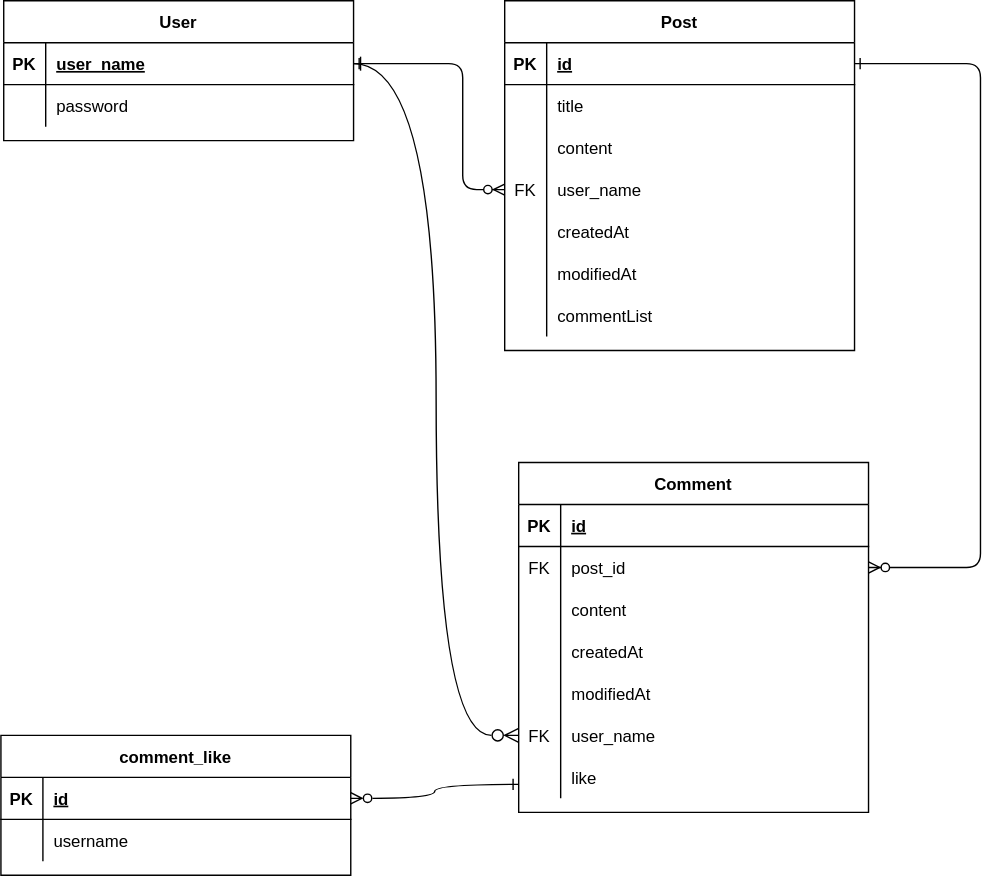
Earlier version of the draw.io export ERD.drawio.svg (KIMJIHYEON1994/hh99-spring_post_lv5). Source tidied: cells renumbered, new cells last; positions are measured from the earlier drawing's top-left corner, leaving out a move shared by most shapes.
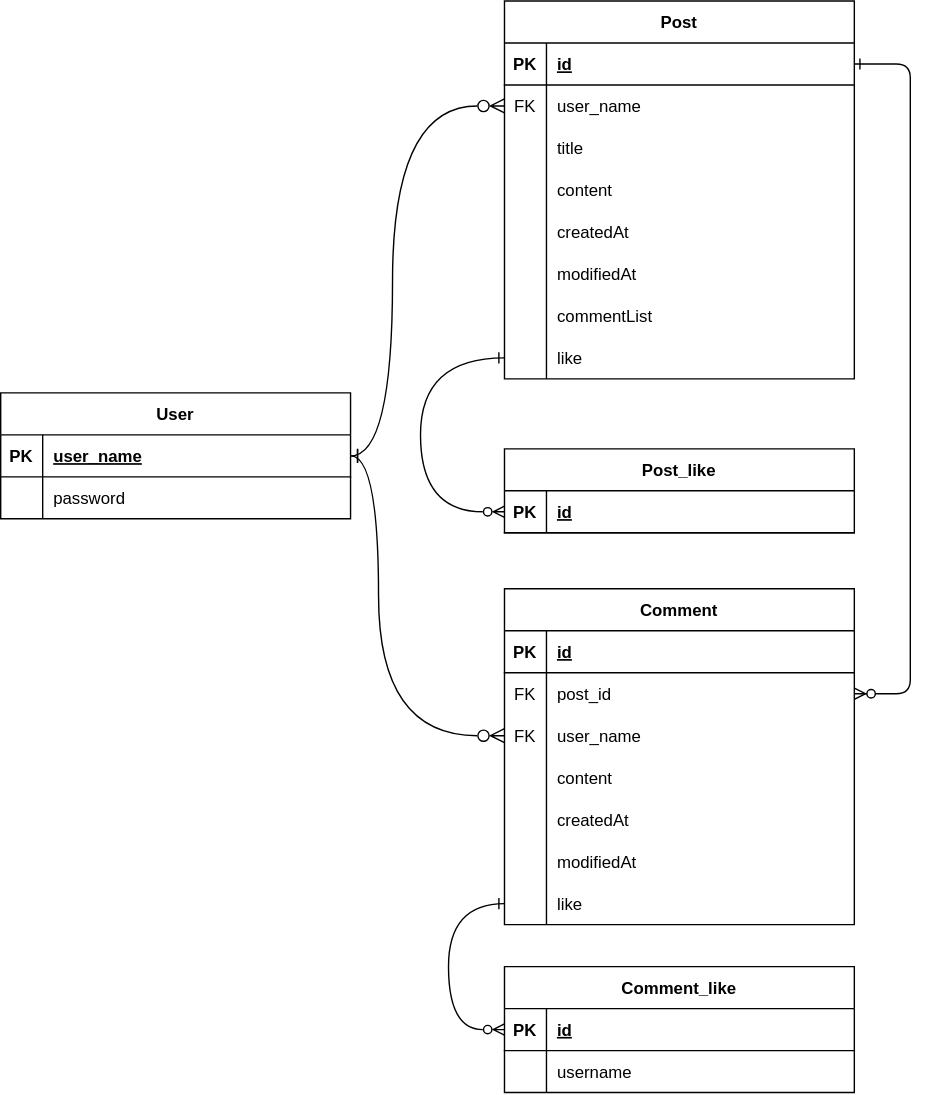
The same file after the commit.

Change to the diagram source:
```diff
@@ -2,25 +2,16 @@
   <root>
     <mxCell id="0" />
     <mxCell id="1" parent="0" />
-    <mxCell id="2" style="edgeStyle=orthogonalEdgeStyle;endArrow=ERzeroToMany;startArrow=ERone;endFill=1;startFill=0;entryX=0;entryY=0.5;entryDx=0;entryDy=0;" parent="1" edge="1" source="27" target="14">
-      <mxGeometry relative="1" as="geometry">
-        <Array as="points">
-          <mxPoint x="330" y="45" />
-          <mxPoint x="330" y="135" />
-        </Array>
-      </mxGeometry>
-    </mxCell>
-    <mxCell id="3" style="endArrow=ERzeroToMany;startArrow=ERone;endFill=1;startFill=0;exitX=1;exitY=0.5;exitDx=0;exitDy=0;edgeStyle=orthogonalEdgeStyle;" parent="1" edge="1" source="5">
+    <mxCell id="3" style="endArrow=ERzeroToMany;startArrow=ERone;endFill=1;startFill=0;edgeStyle=orthogonalEdgeStyle;entryX=1;entryY=0.5;entryDx=0;entryDy=0;" parent="1" edge="1" source="5" target="38">
       <mxGeometry relative="1" as="geometry">
-        <mxPoint x="620" y="405" as="targetPoint" />
         <Array as="points">
-          <mxPoint x="700" y="45" />
-          <mxPoint x="700" y="405" />
+          <mxPoint x="650" y="5" />
+          <mxPoint x="650" y="455" />
         </Array>
       </mxGeometry>
     </mxCell>
     <mxCell id="4" value="Post" style="shape=table;startSize=30;rowLines=0;fontStyle=1;align=center;" parent="1" vertex="1">
-      <mxGeometry x="360" width="250" height="250" as="geometry" />
+      <mxGeometry x="360" y="-40" width="250" height="270" as="geometry" />
     </mxCell>
     <mxCell id="5" style="shape=partialRectangle;fillColor=none;points=[[0,0.5],[1,0.5]];portConstraint=eastwest;top=0;left=0;right=0;bottom=1;" parent="4" vertex="1">
       <mxGeometry y="30" width="250" height="30" as="geometry" />
@@ -31,8 +22,17 @@
     <mxCell id="7" value="id" style="shape=partialRectangle;overflow=hidden;fillColor=none;top=0;left=0;bottom=0;right=0;align=left;spacingLeft=6;fontStyle=5;" parent="5" vertex="1">
       <mxGeometry x="30" width="220" height="30" as="geometry" />
     </mxCell>
+    <mxCell id="14" style="shape=partialRectangle;fillColor=none;points=[[0,0.5],[1,0.5]];portConstraint=eastwest;top=0;left=0;right=0;bottom=0;" parent="4" vertex="1">
+      <mxGeometry y="60" width="250" height="30" as="geometry" />
+    </mxCell>
+    <mxCell id="15" value="FK" style="shape=partialRectangle;overflow=hidden;fillColor=none;top=0;left=0;bottom=0;right=0;" parent="14" vertex="1">
+      <mxGeometry width="30" height="30" as="geometry" />
+    </mxCell>
+    <mxCell id="16" value="user_name" style="shape=partialRectangle;overflow=hidden;fillColor=none;top=0;left=0;bottom=0;right=0;align=left;spacingLeft=6;" parent="14" vertex="1">
+      <mxGeometry x="30" width="220" height="30" as="geometry" />
+    </mxCell>
     <mxCell id="8" style="shape=partialRectangle;fillColor=none;top=0;left=0;right=0;bottom=0;" parent="4" vertex="1">
-      <mxGeometry y="60" width="250" height="30" as="geometry" />
+      <mxGeometry y="90" width="250" height="30" as="geometry" />
     </mxCell>
     <mxCell id="9" style="shape=partialRectangle;overflow=hidden;fillColor=none;top=0;left=0;bottom=0;right=0;" parent="8" vertex="1">
       <mxGeometry width="30" height="30" as="geometry" />
@@ -41,7 +41,7 @@
       <mxGeometry x="30" width="220" height="30" as="geometry" />
     </mxCell>
     <mxCell id="11" style="shape=partialRectangle;fillColor=none;top=0;left=0;right=0;bottom=0;" parent="4" vertex="1">
-      <mxGeometry y="90" width="250" height="30" as="geometry" />
+      <mxGeometry y="120" width="250" height="30" as="geometry" />
     </mxCell>
     <mxCell id="12" style="shape=partialRectangle;overflow=hidden;fillColor=none;top=0;left=0;bottom=0;right=0;" parent="11" vertex="1">
       <mxGeometry width="30" height="30" as="geometry" />
@@ -49,15 +49,6 @@
     <mxCell id="13" value="content" style="shape=partialRectangle;overflow=hidden;fillColor=none;top=0;left=0;bottom=0;right=0;align=left;spacingLeft=6;" parent="11" vertex="1">
       <mxGeometry x="30" width="220" height="30" as="geometry" />
     </mxCell>
-    <mxCell id="14" style="shape=partialRectangle;fillColor=none;points=[[0,0.5],[1,0.5]];portConstraint=eastwest;top=0;left=0;right=0;bottom=0;" parent="4" vertex="1">
-      <mxGeometry y="120" width="250" height="30" as="geometry" />
-    </mxCell>
-    <mxCell id="15" value="FK" style="shape=partialRectangle;overflow=hidden;fillColor=none;top=0;left=0;bottom=0;right=0;" parent="14" vertex="1">
-      <mxGeometry width="30" height="30" as="geometry" />
-    </mxCell>
-    <mxCell id="16" value="user_name" style="shape=partialRectangle;overflow=hidden;fillColor=none;top=0;left=0;bottom=0;right=0;align=left;spacingLeft=6;" parent="14" vertex="1">
-      <mxGeometry x="30" width="220" height="30" as="geometry" />
-    </mxCell>
     <mxCell id="17" style="shape=partialRectangle;fillColor=none;top=0;left=0;right=0;bottom=0;" parent="4" vertex="1">
       <mxGeometry y="150" width="250" height="30" as="geometry" />
     </mxCell>
@@ -85,8 +76,17 @@
     <mxCell id="25" value="commentList" style="shape=partialRectangle;overflow=hidden;fillColor=none;top=0;left=0;bottom=0;right=0;align=left;spacingLeft=6;" parent="23" vertex="1">
       <mxGeometry x="30" width="220" height="30" as="geometry" />
     </mxCell>
+    <mxCell id="64" style="shape=partialRectangle;fillColor=none;points=[[0,0.5],[1,0.5]];portConstraint=eastwest;top=0;left=0;right=0;bottom=0;" parent="4" vertex="1">
+      <mxGeometry y="240" width="250" height="30" as="geometry" />
+    </mxCell>
+    <mxCell id="65" style="shape=partialRectangle;overflow=hidden;fillColor=none;top=0;left=0;bottom=0;right=0;" parent="64" vertex="1">
+      <mxGeometry width="30" height="30" as="geometry" />
+    </mxCell>
+    <mxCell id="66" value="like" style="shape=partialRectangle;overflow=hidden;fillColor=none;top=0;left=0;bottom=0;right=0;align=left;spacingLeft=6;" parent="64" vertex="1">
+      <mxGeometry x="30" width="220" height="30" as="geometry" />
+    </mxCell>
     <mxCell id="26" value="User" style="shape=table;startSize=30;rowLines=0;fontStyle=1;align=center;" parent="1" vertex="1">
-      <mxGeometry x="2" width="250" height="100" as="geometry" />
+      <mxGeometry y="240" width="250" height="90" as="geometry" />
     </mxCell>
     <mxCell id="27" style="shape=partialRectangle;fillColor=none;points=[[0,0.5],[1,0.5]];portConstraint=eastwest;top=0;left=0;right=0;bottom=1;" parent="26" vertex="1">
       <mxGeometry y="30" width="250" height="30" as="geometry" />
@@ -107,10 +107,15 @@
       <mxGeometry x="30" width="220" height="30" as="geometry" />
     </mxCell>
     <mxCell id="33" style="edgeStyle=orthogonalEdgeStyle;rounded=0;jettySize=auto;html=1;exitX=1;exitY=0.5;exitDx=0;exitDy=0;entryX=0;entryY=0.5;entryDx=0;entryDy=0;fontSize=12;startSize=8;endSize=8;endArrow=ERzeroToMany;endFill=0;startArrow=ERone;startFill=0;curved=1;" parent="1" edge="1" source="27" target="50">
-      <mxGeometry relative="1" as="geometry" />
+      <mxGeometry relative="1" as="geometry">
+        <Array as="points">
+          <mxPoint x="270" y="285" />
+          <mxPoint x="270" y="485" />
+        </Array>
+      </mxGeometry>
     </mxCell>
     <mxCell id="34" value="Comment" style="shape=table;startSize=30;rowLines=0;fontStyle=1;align=center;" parent="1" vertex="1">
-      <mxGeometry x="370" y="330" width="250" height="250" as="geometry" />
+      <mxGeometry x="360" y="380" width="250" height="240" as="geometry" />
     </mxCell>
     <mxCell id="35" style="shape=partialRectangle;fillColor=none;top=0;left=0;right=0;bottom=1;" parent="34" vertex="1">
       <mxGeometry y="30" width="250" height="30" as="geometry" />
@@ -130,8 +135,17 @@
     <mxCell id="40" value="post_id" style="shape=partialRectangle;overflow=hidden;fillColor=none;top=0;left=0;bottom=0;right=0;align=left;spacingLeft=6;" parent="38" vertex="1">
       <mxGeometry x="30" width="220" height="30" as="geometry" />
     </mxCell>
+    <mxCell id="50" style="shape=partialRectangle;fillColor=none;points=[[0,0.5],[1,0.5]];portConstraint=eastwest;top=0;left=0;right=0;bottom=0;" parent="34" vertex="1">
+      <mxGeometry y="90" width="250" height="30" as="geometry" />
+    </mxCell>
+    <mxCell id="51" value="FK" style="shape=partialRectangle;overflow=hidden;fillColor=none;top=0;left=0;bottom=0;right=0;" parent="50" vertex="1">
+      <mxGeometry width="30" height="30" as="geometry" />
+    </mxCell>
+    <mxCell id="52" value="user_name" style="shape=partialRectangle;overflow=hidden;fillColor=none;top=0;left=0;bottom=0;right=0;align=left;spacingLeft=6;" parent="50" vertex="1">
+      <mxGeometry x="30" width="220" height="30" as="geometry" />
+    </mxCell>
     <mxCell id="41" style="shape=partialRectangle;fillColor=none;top=0;left=0;right=0;bottom=0;" parent="34" vertex="1">
-      <mxGeometry y="90" width="250" height="30" as="geometry" />
+      <mxGeometry y="120" width="250" height="30" as="geometry" />
     </mxCell>
     <mxCell id="42" style="shape=partialRectangle;overflow=hidden;fillColor=none;top=0;left=0;bottom=0;right=0;" parent="41" vertex="1">
       <mxGeometry width="30" height="30" as="geometry" />
@@ -140,7 +154,7 @@
       <mxGeometry x="30" width="220" height="30" as="geometry" />
     </mxCell>
     <mxCell id="44" style="shape=partialRectangle;fillColor=none;top=0;left=0;right=0;bottom=0;" parent="34" vertex="1">
-      <mxGeometry y="120" width="250" height="30" as="geometry" />
+      <mxGeometry y="150" width="250" height="30" as="geometry" />
     </mxCell>
     <mxCell id="45" style="shape=partialRectangle;overflow=hidden;fillColor=none;top=0;left=0;bottom=0;right=0;" parent="44" vertex="1">
       <mxGeometry width="30" height="30" as="geometry" />
@@ -149,7 +163,7 @@
       <mxGeometry x="30" width="220" height="30" as="geometry" />
     </mxCell>
     <mxCell id="47" style="shape=partialRectangle;fillColor=none;top=0;left=0;right=0;bottom=0;" parent="34" vertex="1">
-      <mxGeometry y="150" width="250" height="30" as="geometry" />
+      <mxGeometry y="180" width="250" height="30" as="geometry" />
     </mxCell>
     <mxCell id="48" style="shape=partialRectangle;overflow=hidden;fillColor=none;top=0;left=0;bottom=0;right=0;" parent="47" vertex="1">
       <mxGeometry width="30" height="30" as="geometry" />
@@ -157,15 +171,6 @@
     <mxCell id="49" value="modifiedAt" style="shape=partialRectangle;overflow=hidden;fillColor=none;top=0;left=0;bottom=0;right=0;align=left;spacingLeft=6;" parent="47" vertex="1">
       <mxGeometry x="30" width="220" height="30" as="geometry" />
     </mxCell>
-    <mxCell id="50" style="shape=partialRectangle;fillColor=none;points=[[0,0.5],[1,0.5]];portConstraint=eastwest;top=0;left=0;right=0;bottom=0;" parent="34" vertex="1">
-      <mxGeometry y="180" width="250" height="30" as="geometry" />
-    </mxCell>
-    <mxCell id="51" value="FK" style="shape=partialRectangle;overflow=hidden;fillColor=none;top=0;left=0;bottom=0;right=0;" parent="50" vertex="1">
-      <mxGeometry width="30" height="30" as="geometry" />
-    </mxCell>
-    <mxCell id="52" value="user_name" style="shape=partialRectangle;overflow=hidden;fillColor=none;top=0;left=0;bottom=0;right=0;align=left;spacingLeft=6;" parent="50" vertex="1">
-      <mxGeometry x="30" width="220" height="30" as="geometry" />
-    </mxCell>
     <mxCell id="53" style="shape=partialRectangle;fillColor=none;points=[[0,0.5],[1,0.5]];portConstraint=eastwest;top=0;left=0;right=0;bottom=0;" parent="34" vertex="1">
       <mxGeometry y="210" width="250" height="30" as="geometry" />
     </mxCell>
@@ -175,8 +180,8 @@
     <mxCell id="55" value="like" style="shape=partialRectangle;overflow=hidden;fillColor=none;top=0;left=0;bottom=0;right=0;align=left;spacingLeft=6;" parent="53" vertex="1">
       <mxGeometry x="30" width="220" height="30" as="geometry" />
     </mxCell>
-    <mxCell id="56" value="comment_like" style="shape=table;startSize=30;rowLines=0;fontStyle=1;align=center;" parent="1" vertex="1">
-      <mxGeometry y="525" width="250" height="100" as="geometry" />
+    <mxCell id="56" value="Comment_like" style="shape=table;startSize=30;rowLines=0;fontStyle=1;align=center;" parent="1" vertex="1">
+      <mxGeometry x="360" y="650" width="250" height="90" as="geometry" />
     </mxCell>
     <mxCell id="57" style="shape=partialRectangle;fillColor=none;points=[[0,0.5],[1,0.5]];portConstraint=eastwest;top=0;left=0;right=0;bottom=1;" parent="56" vertex="1">
       <mxGeometry y="30" width="250" height="30" as="geometry" />
@@ -196,10 +201,41 @@
     <mxCell id="62" value="username" style="shape=partialRectangle;overflow=hidden;fillColor=none;top=0;left=0;bottom=0;right=0;align=left;spacingLeft=6;" parent="60" vertex="1">
       <mxGeometry x="30" width="220" height="30" as="geometry" />
     </mxCell>
-    <mxCell id="63" style="edgeStyle=orthogonalEdgeStyle;rounded=0;jettySize=auto;html=1;entryX=1;entryY=0.5;entryDx=0;entryDy=0;curved=1;startArrow=ERone;startFill=0;endArrow=ERzeroToMany;endFill=0;" parent="1" edge="1" target="57">
+    <mxCell id="63" style="edgeStyle=orthogonalEdgeStyle;rounded=0;jettySize=auto;html=1;entryX=0;entryY=0.5;entryDx=0;entryDy=0;curved=1;startArrow=ERone;startFill=0;endArrow=ERzeroToMany;endFill=0;" parent="1" edge="1" source="53" target="57">
       <mxGeometry relative="1" as="geometry">
-        <mxPoint x="370" y="560" as="sourcePoint" />
+        <Array as="points">
+          <mxPoint x="320" y="605" />
+          <mxPoint x="320" y="695" />
+        </Array>
       </mxGeometry>
     </mxCell>
+    <mxCell id="67" value="Post_like" style="shape=table;startSize=30;rowLines=0;fontStyle=1;align=center;" parent="1" vertex="1">
+      <mxGeometry x="360" y="280" width="250" height="60" as="geometry" />
+    </mxCell>
+    <mxCell id="68" style="shape=partialRectangle;fillColor=none;points=[[0,0.5],[1,0.5]];portConstraint=eastwest;top=0;left=0;right=0;bottom=1;" parent="67" vertex="1">
+      <mxGeometry y="30" width="250" height="30" as="geometry" />
+    </mxCell>
+    <mxCell id="69" value="PK" style="shape=partialRectangle;overflow=hidden;fillColor=none;top=0;left=0;bottom=0;right=0;fontStyle=1;" parent="68" vertex="1">
+      <mxGeometry width="30" height="30" as="geometry" />
+    </mxCell>
+    <mxCell id="70" value="id" style="shape=partialRectangle;overflow=hidden;fillColor=none;top=0;left=0;bottom=0;right=0;align=left;spacingLeft=6;fontStyle=5;" parent="68" vertex="1">
+      <mxGeometry x="30" width="220" height="30" as="geometry" />
+    </mxCell>
+    <mxCell id="71" style="edgeStyle=orthogonalEdgeStyle;rounded=0;jettySize=auto;html=1;entryX=0;entryY=0.5;entryDx=0;entryDy=0;curved=1;startArrow=ERone;startFill=0;endArrow=ERzeroToMany;endFill=0;exitX=0;exitY=0.5;exitDx=0;exitDy=0;" parent="1" edge="1" source="64" target="68">
+      <mxGeometry relative="1" as="geometry">
+        <Array as="points">
+          <mxPoint x="300" y="215" />
+          <mxPoint x="300" y="325" />
+        </Array>
+      </mxGeometry>
+    </mxCell>
+    <mxCell id="2" style="edgeStyle=orthogonalEdgeStyle;rounded=0;jettySize=auto;html=1;exitX=1;exitY=0.5;exitDx=0;exitDy=0;entryX=0;entryY=0.5;entryDx=0;entryDy=0;fontSize=12;startSize=8;endSize=8;endArrow=ERzeroToMany;endFill=0;startArrow=ERone;startFill=0;curved=1;" parent="1" edge="1" source="27" target="14">
+      <mxGeometry relative="1" as="geometry">
+        <Array as="points">
+          <mxPoint x="280" y="285" />
+          <mxPoint x="280" y="35" />
+        </Array>
+      </mxGeometry>
+    </mxCell>
   </root>
 </mxGraphModel>
```
